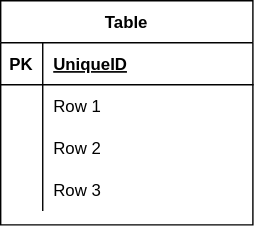
The draw.io diagram index.drawio.svg in Mochi-frontend/ER-Diagram-exercise, before a commit. Source tidied: cells renumbered, new cells last; positions are measured from the earlier drawing's top-left corner, leaving out a move shared by most shapes.
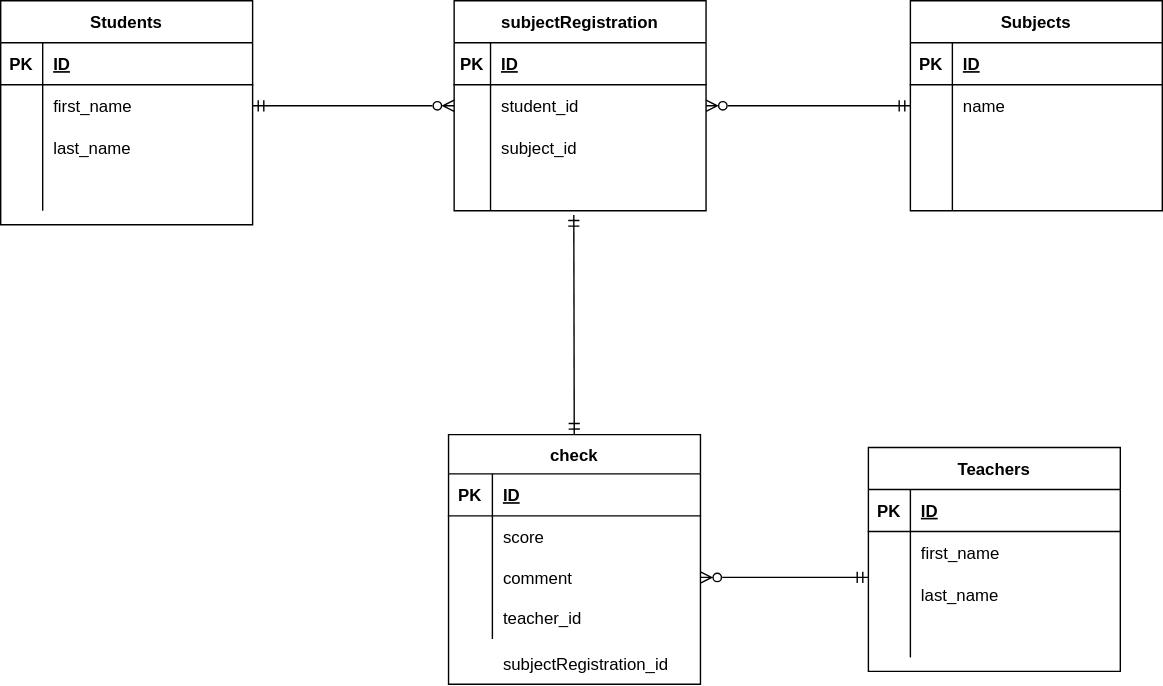
The same diagram one commit later.

Change to the diagram source:
```diff
@@ -2,7 +2,7 @@
   <root>
     <mxCell id="0" />
     <mxCell id="1" parent="0" />
-    <mxCell id="2" value="Table" style="shape=table;startSize=30;rowLines=0;fontStyle=1;align=center;" parent="1" vertex="1">
+    <mxCell id="2" value="Students" style="shape=table;startSize=30;rowLines=0;fontStyle=1;align=center;" parent="1" vertex="1">
       <mxGeometry width="180" height="160" as="geometry" />
     </mxCell>
     <mxCell id="3" style="shape=partialRectangle;fillColor=none;top=0;left=0;bottom=1;right=0;" parent="2" vertex="1">
@@ -11,7 +11,7 @@
     <mxCell id="4" value="PK" style="shape=partialRectangle;fillColor=none;top=0;left=0;bottom=0;right=0;fontStyle=1;overflow=hidden;" parent="3" vertex="1">
       <mxGeometry width="30" height="30" as="geometry" />
     </mxCell>
-    <mxCell id="5" value="UniqueID" style="shape=partialRectangle;fillColor=none;top=0;left=0;bottom=0;right=0;align=left;spacingLeft=6;fontStyle=5;overflow=hidden;" parent="3" vertex="1">
+    <mxCell id="5" value="ID" style="shape=partialRectangle;fillColor=none;top=0;left=0;bottom=0;right=0;align=left;spacingLeft=6;fontStyle=5;overflow=hidden;" parent="3" vertex="1">
       <mxGeometry x="30" width="150" height="30" as="geometry" />
     </mxCell>
     <mxCell id="6" style="shape=partialRectangle;fillColor=none;top=0;left=0;bottom=0;right=0;points=[[0,0.5],[1,0.5]];portConstraint=eastwest;" parent="2" vertex="1">
@@ -20,7 +20,7 @@
     <mxCell id="7" style="shape=partialRectangle;fillColor=none;top=0;left=0;bottom=0;right=0;overflow=hidden;" parent="6" vertex="1">
       <mxGeometry width="30" height="30" as="geometry" />
     </mxCell>
-    <mxCell id="8" value="Row 1" style="shape=partialRectangle;fillColor=none;top=0;left=0;bottom=0;right=0;align=left;spacingLeft=6;overflow=hidden;" parent="6" vertex="1">
+    <mxCell id="8" value="first_name" style="shape=partialRectangle;fillColor=none;top=0;left=0;bottom=0;right=0;align=left;spacingLeft=6;overflow=hidden;" parent="6" vertex="1">
       <mxGeometry x="30" width="150" height="30" as="geometry" />
     </mxCell>
     <mxCell id="9" style="shape=partialRectangle;fillColor=none;top=0;left=0;bottom=0;right=0;" parent="2" vertex="1">
@@ -29,7 +29,7 @@
     <mxCell id="10" style="shape=partialRectangle;fillColor=none;top=0;left=0;bottom=0;right=0;overflow=hidden;" parent="9" vertex="1">
       <mxGeometry width="30" height="30" as="geometry" />
     </mxCell>
-    <mxCell id="11" value="Row 2" style="shape=partialRectangle;fillColor=none;top=0;left=0;bottom=0;right=0;align=left;spacingLeft=6;overflow=hidden;" parent="9" vertex="1">
+    <mxCell id="11" value="last_name" style="shape=partialRectangle;fillColor=none;top=0;left=0;bottom=0;right=0;align=left;spacingLeft=6;overflow=hidden;" parent="9" vertex="1">
       <mxGeometry x="30" width="150" height="30" as="geometry" />
     </mxCell>
     <mxCell id="12" style="shape=partialRectangle;fillColor=none;top=0;left=0;bottom=0;right=0;" parent="2" vertex="1">
@@ -38,8 +38,181 @@
     <mxCell id="13" style="shape=partialRectangle;fillColor=none;top=0;left=0;bottom=0;right=0;overflow=hidden;" parent="12" vertex="1">
       <mxGeometry width="30" height="30" as="geometry" />
     </mxCell>
-    <mxCell id="14" value="Row 3" style="shape=partialRectangle;fillColor=none;top=0;left=0;bottom=0;right=0;align=left;spacingLeft=6;overflow=hidden;" parent="12" vertex="1">
+    <mxCell id="14" style="shape=partialRectangle;fillColor=none;top=0;left=0;bottom=0;right=0;align=left;spacingLeft=6;overflow=hidden;" parent="12" vertex="1">
       <mxGeometry x="30" width="150" height="30" as="geometry" />
     </mxCell>
+    <mxCell id="15" value="Subjects" style="shape=table;startSize=30;rowLines=0;fontStyle=1;align=center;" parent="1" vertex="1">
+      <mxGeometry x="650" width="180" height="150" as="geometry" />
+    </mxCell>
+    <mxCell id="16" style="shape=partialRectangle;fillColor=none;top=0;left=0;bottom=1;right=0;" parent="15" vertex="1">
+      <mxGeometry y="30" width="180" height="30" as="geometry" />
+    </mxCell>
+    <mxCell id="17" value="PK" style="shape=partialRectangle;fillColor=none;top=0;left=0;bottom=0;right=0;fontStyle=1;overflow=hidden;" parent="16" vertex="1">
+      <mxGeometry width="30" height="30" as="geometry" />
+    </mxCell>
+    <mxCell id="18" value="ID" style="shape=partialRectangle;fillColor=none;top=0;left=0;bottom=0;right=0;align=left;spacingLeft=6;fontStyle=5;overflow=hidden;" parent="16" vertex="1">
+      <mxGeometry x="30" width="150" height="30" as="geometry" />
+    </mxCell>
+    <mxCell id="19" style="shape=partialRectangle;fillColor=none;top=0;left=0;bottom=0;right=0;points=[[0,0.5],[1,0.5]];portConstraint=eastwest;" parent="15" vertex="1">
+      <mxGeometry y="60" width="180" height="30" as="geometry" />
+    </mxCell>
+    <mxCell id="20" style="shape=partialRectangle;fillColor=none;top=0;left=0;bottom=0;right=0;overflow=hidden;" parent="19" vertex="1">
+      <mxGeometry width="30" height="30" as="geometry" />
+    </mxCell>
+    <mxCell id="21" value="name" style="shape=partialRectangle;fillColor=none;top=0;left=0;bottom=0;right=0;align=left;spacingLeft=6;overflow=hidden;" parent="19" vertex="1">
+      <mxGeometry x="30" width="150" height="30" as="geometry" />
+    </mxCell>
+    <mxCell id="22" style="shape=partialRectangle;fillColor=none;top=0;left=0;bottom=0;right=0;" parent="15" vertex="1">
+      <mxGeometry y="90" width="180" height="30" as="geometry" />
+    </mxCell>
+    <mxCell id="23" style="shape=partialRectangle;fillColor=none;top=0;left=0;bottom=0;right=0;overflow=hidden;" parent="22" vertex="1">
+      <mxGeometry width="30" height="30" as="geometry" />
+    </mxCell>
+    <mxCell id="24" style="shape=partialRectangle;fillColor=none;top=0;left=0;bottom=0;right=0;align=left;spacingLeft=6;overflow=hidden;" parent="22" vertex="1">
+      <mxGeometry x="30" width="150" height="30" as="geometry" />
+    </mxCell>
+    <mxCell id="25" style="shape=partialRectangle;fillColor=none;top=0;left=0;bottom=0;right=0;" parent="15" vertex="1">
+      <mxGeometry y="120" width="180" height="30" as="geometry" />
+    </mxCell>
+    <mxCell id="26" style="shape=partialRectangle;fillColor=none;top=0;left=0;bottom=0;right=0;overflow=hidden;" parent="25" vertex="1">
+      <mxGeometry width="30" height="30" as="geometry" />
+    </mxCell>
+    <mxCell id="27" style="shape=partialRectangle;fillColor=none;top=0;left=0;bottom=0;right=0;align=left;spacingLeft=6;overflow=hidden;" parent="25" vertex="1">
+      <mxGeometry x="30" width="150" height="30" as="geometry" />
+    </mxCell>
+    <mxCell id="28" value="subjectRegistration" style="shape=table;startSize=30;rowLines=0;fontStyle=1;align=center;" parent="1" vertex="1">
+      <mxGeometry x="324" width="180" height="150" as="geometry" />
+    </mxCell>
+    <mxCell id="29" style="shape=partialRectangle;fillColor=none;top=0;left=0;bottom=1;right=0;" parent="28" vertex="1">
+      <mxGeometry y="30" width="180" height="30" as="geometry" />
+    </mxCell>
+    <mxCell id="30" value="PK" style="shape=partialRectangle;fillColor=none;top=0;left=0;bottom=0;right=0;fontStyle=1;overflow=hidden;" parent="29" vertex="1">
+      <mxGeometry width="26" height="30" as="geometry" />
+    </mxCell>
+    <mxCell id="31" value="ID" style="shape=partialRectangle;fillColor=none;top=0;left=0;bottom=0;right=0;align=left;spacingLeft=6;fontStyle=5;overflow=hidden;" parent="29" vertex="1">
+      <mxGeometry x="26" width="154" height="30" as="geometry" />
+    </mxCell>
+    <mxCell id="32" style="shape=partialRectangle;fillColor=none;top=0;left=0;bottom=0;right=0;points=[[0,0.5],[1,0.5]];portConstraint=eastwest;" parent="28" vertex="1">
+      <mxGeometry y="60" width="180" height="30" as="geometry" />
+    </mxCell>
+    <mxCell id="33" style="shape=partialRectangle;fillColor=none;top=0;left=0;bottom=0;right=0;overflow=hidden;" parent="32" vertex="1">
+      <mxGeometry width="26" height="30" as="geometry" />
+    </mxCell>
+    <mxCell id="34" value="student_id" style="shape=partialRectangle;fillColor=none;top=0;left=0;bottom=0;right=0;align=left;spacingLeft=6;overflow=hidden;" parent="32" vertex="1">
+      <mxGeometry x="26" width="154" height="30" as="geometry" />
+    </mxCell>
+    <mxCell id="35" style="shape=partialRectangle;fillColor=none;top=0;left=0;bottom=0;right=0;" parent="28" vertex="1">
+      <mxGeometry y="90" width="180" height="30" as="geometry" />
+    </mxCell>
+    <mxCell id="36" style="shape=partialRectangle;fillColor=none;top=0;left=0;bottom=0;right=0;overflow=hidden;" parent="35" vertex="1">
+      <mxGeometry width="26" height="30" as="geometry" />
+    </mxCell>
+    <mxCell id="37" value="subject_id" style="shape=partialRectangle;fillColor=none;top=0;left=0;bottom=0;right=0;align=left;spacingLeft=6;overflow=hidden;" parent="35" vertex="1">
+      <mxGeometry x="26" width="154" height="30" as="geometry" />
+    </mxCell>
+    <mxCell id="38" style="shape=partialRectangle;fillColor=none;top=0;left=0;bottom=0;right=0;points=[[0,0.5],[1,0.5]];portConstraint=eastwest;" parent="28" vertex="1">
+      <mxGeometry y="120" width="180" height="30" as="geometry" />
+    </mxCell>
+    <mxCell id="39" style="shape=partialRectangle;fillColor=none;top=0;left=0;bottom=0;right=0;overflow=hidden;" parent="38" vertex="1">
+      <mxGeometry width="26" height="30" as="geometry" />
+    </mxCell>
+    <mxCell id="40" style="shape=partialRectangle;fillColor=none;top=0;left=0;bottom=0;right=0;align=left;spacingLeft=6;overflow=hidden;" parent="38" vertex="1">
+      <mxGeometry x="26" width="154" height="30" as="geometry" />
+    </mxCell>
+    <mxCell id="41" style="edgeStyle=none;html=1;entryX=0;entryY=0.5;entryDx=0;entryDy=0;startArrow=ERmandOne;startFill=0;endArrow=ERzeroToMany;endFill=0;" parent="1" edge="1" source="6" target="32">
+      <mxGeometry relative="1" as="geometry" />
+    </mxCell>
+    <mxCell id="42" style="edgeStyle=none;html=1;entryX=1;entryY=0.5;entryDx=0;entryDy=0;startArrow=ERmandOne;startFill=0;endArrow=ERzeroToMany;endFill=0;" parent="1" edge="1" source="19" target="32">
+      <mxGeometry relative="1" as="geometry" />
+    </mxCell>
+    <mxCell id="43" value="Teachers" style="shape=table;startSize=30;rowLines=0;fontStyle=1;align=center;" parent="1" vertex="1">
+      <mxGeometry x="620" y="319.2" width="180" height="160" as="geometry" />
+    </mxCell>
+    <mxCell id="44" style="shape=partialRectangle;fillColor=none;top=0;left=0;bottom=1;right=0;" parent="43" vertex="1">
+      <mxGeometry y="30" width="180" height="30" as="geometry" />
+    </mxCell>
+    <mxCell id="45" value="PK" style="shape=partialRectangle;fillColor=none;top=0;left=0;bottom=0;right=0;fontStyle=1;overflow=hidden;" parent="44" vertex="1">
+      <mxGeometry width="30" height="30" as="geometry" />
+    </mxCell>
+    <mxCell id="46" value="ID" style="shape=partialRectangle;fillColor=none;top=0;left=0;bottom=0;right=0;align=left;spacingLeft=6;fontStyle=5;overflow=hidden;" parent="44" vertex="1">
+      <mxGeometry x="30" width="150" height="30" as="geometry" />
+    </mxCell>
+    <mxCell id="47" style="shape=partialRectangle;fillColor=none;top=0;left=0;bottom=0;right=0;" parent="43" vertex="1">
+      <mxGeometry y="60" width="180" height="30" as="geometry" />
+    </mxCell>
+    <mxCell id="48" style="shape=partialRectangle;fillColor=none;top=0;left=0;bottom=0;right=0;overflow=hidden;" parent="47" vertex="1">
+      <mxGeometry width="30" height="30" as="geometry" />
+    </mxCell>
+    <mxCell id="49" value="first_name" style="shape=partialRectangle;fillColor=none;top=0;left=0;bottom=0;right=0;align=left;spacingLeft=6;overflow=hidden;" parent="47" vertex="1">
+      <mxGeometry x="30" width="150" height="30" as="geometry" />
+    </mxCell>
+    <mxCell id="50" style="shape=partialRectangle;fillColor=none;top=0;left=0;bottom=0;right=0;" parent="43" vertex="1">
+      <mxGeometry y="90" width="180" height="30" as="geometry" />
+    </mxCell>
+    <mxCell id="51" style="shape=partialRectangle;fillColor=none;top=0;left=0;bottom=0;right=0;overflow=hidden;" parent="50" vertex="1">
+      <mxGeometry width="30" height="30" as="geometry" />
+    </mxCell>
+    <mxCell id="52" value="last_name" style="shape=partialRectangle;fillColor=none;top=0;left=0;bottom=0;right=0;align=left;spacingLeft=6;overflow=hidden;" parent="50" vertex="1">
+      <mxGeometry x="30" width="150" height="30" as="geometry" />
+    </mxCell>
+    <mxCell id="53" style="shape=partialRectangle;fillColor=none;top=0;left=0;bottom=0;right=0;" parent="43" vertex="1">
+      <mxGeometry y="120" width="180" height="30" as="geometry" />
+    </mxCell>
+    <mxCell id="54" style="shape=partialRectangle;fillColor=none;top=0;left=0;bottom=0;right=0;overflow=hidden;" parent="53" vertex="1">
+      <mxGeometry width="30" height="30" as="geometry" />
+    </mxCell>
+    <mxCell id="55" style="shape=partialRectangle;fillColor=none;top=0;left=0;bottom=0;right=0;align=left;spacingLeft=6;overflow=hidden;" parent="53" vertex="1">
+      <mxGeometry x="30" width="150" height="30" as="geometry" />
+    </mxCell>
+    <mxCell id="56" style="edgeStyle=none;html=1;entryX=0.475;entryY=1.1;entryDx=0;entryDy=0;entryPerimeter=0;startArrow=ERmandOne;startFill=0;endArrow=ERmandOne;endFill=0;" parent="1" edge="1" source="57" target="38">
+      <mxGeometry relative="1" as="geometry" />
+    </mxCell>
+    <mxCell id="57" value="check" style="shape=table;startSize=28;rowLines=0;fontStyle=1;align=center;" parent="1" vertex="1">
+      <mxGeometry x="320" y="310" width="180" height="178.3" as="geometry" />
+    </mxCell>
+    <mxCell id="58" style="shape=partialRectangle;fillColor=none;top=0;left=0;bottom=1;right=0;" parent="57" vertex="1">
+      <mxGeometry y="28" width="180" height="30" as="geometry" />
+    </mxCell>
+    <mxCell id="59" value="PK" style="shape=partialRectangle;fillColor=none;top=0;left=0;bottom=0;right=0;fontStyle=1;overflow=hidden;" parent="58" vertex="1">
+      <mxGeometry width="31.3" height="30" as="geometry" />
+    </mxCell>
+    <mxCell id="60" value="ID" style="shape=partialRectangle;fillColor=none;top=0;left=0;bottom=0;right=0;align=left;spacingLeft=6;fontStyle=5;overflow=hidden;" parent="58" vertex="1">
+      <mxGeometry x="31.3" width="148.7" height="30" as="geometry" />
+    </mxCell>
+    <mxCell id="61" style="shape=partialRectangle;fillColor=none;top=0;left=0;bottom=0;right=0;" parent="57" vertex="1">
+      <mxGeometry y="58" width="180" height="30" as="geometry" />
+    </mxCell>
+    <mxCell id="62" style="shape=partialRectangle;fillColor=none;top=0;left=0;bottom=0;right=0;overflow=hidden;" parent="61" vertex="1">
+      <mxGeometry width="31.3" height="30" as="geometry" />
+    </mxCell>
+    <mxCell id="63" value="score" style="shape=partialRectangle;fillColor=none;top=0;left=0;bottom=0;right=0;align=left;spacingLeft=6;overflow=hidden;" parent="61" vertex="1">
+      <mxGeometry x="31.3" width="148.7" height="30" as="geometry" />
+    </mxCell>
+    <mxCell id="64" style="shape=partialRectangle;fillColor=none;top=0;left=0;bottom=0;right=0;points=[[0,0.5],[1,0.5]];portConstraint=eastwest;" parent="57" vertex="1">
+      <mxGeometry y="88" width="180" height="28" as="geometry" />
+    </mxCell>
+    <mxCell id="65" style="shape=partialRectangle;fillColor=none;top=0;left=0;bottom=0;right=0;overflow=hidden;" parent="64" vertex="1">
+      <mxGeometry width="31.3" height="28" as="geometry" />
+    </mxCell>
+    <mxCell id="66" value="comment" style="shape=partialRectangle;fillColor=none;top=0;left=0;bottom=0;right=0;align=left;spacingLeft=6;overflow=hidden;" parent="64" vertex="1">
+      <mxGeometry x="31.3" width="148.7" height="28" as="geometry" />
+    </mxCell>
+    <mxCell id="67" style="shape=partialRectangle;fillColor=none;top=0;left=0;bottom=0;right=0;" parent="57" vertex="1">
+      <mxGeometry y="116" width="180" height="30" as="geometry" />
+    </mxCell>
+    <mxCell id="68" style="shape=partialRectangle;fillColor=none;top=0;left=0;bottom=0;right=0;overflow=hidden;" parent="67" vertex="1">
+      <mxGeometry width="31.3" height="30" as="geometry" />
+    </mxCell>
+    <mxCell id="69" value="teacher_id" style="shape=partialRectangle;fillColor=none;top=0;left=0;bottom=0;right=0;align=left;spacingLeft=6;overflow=hidden;" parent="67" vertex="1">
+      <mxGeometry x="31.3" width="148.7" height="30" as="geometry" />
+    </mxCell>
+    <mxCell id="70" value="subjectRegistration_id" style="shape=partialRectangle;fillColor=none;top=0;left=0;bottom=0;right=0;align=left;spacingLeft=6;overflow=hidden;" parent="1" vertex="1">
+      <mxGeometry x="351.3" y="458.3" width="148.7" height="30" as="geometry" />
+    </mxCell>
+    <mxCell id="71" style="edgeStyle=none;html=1;startArrow=ERmandOne;startFill=0;endArrow=ERzeroToMany;endFill=0;" parent="1" edge="1" target="64">
+      <mxGeometry relative="1" as="geometry">
+        <mxPoint x="620" y="412" as="sourcePoint" />
+      </mxGeometry>
+    </mxCell>
   </root>
 </mxGraphModel>
```
